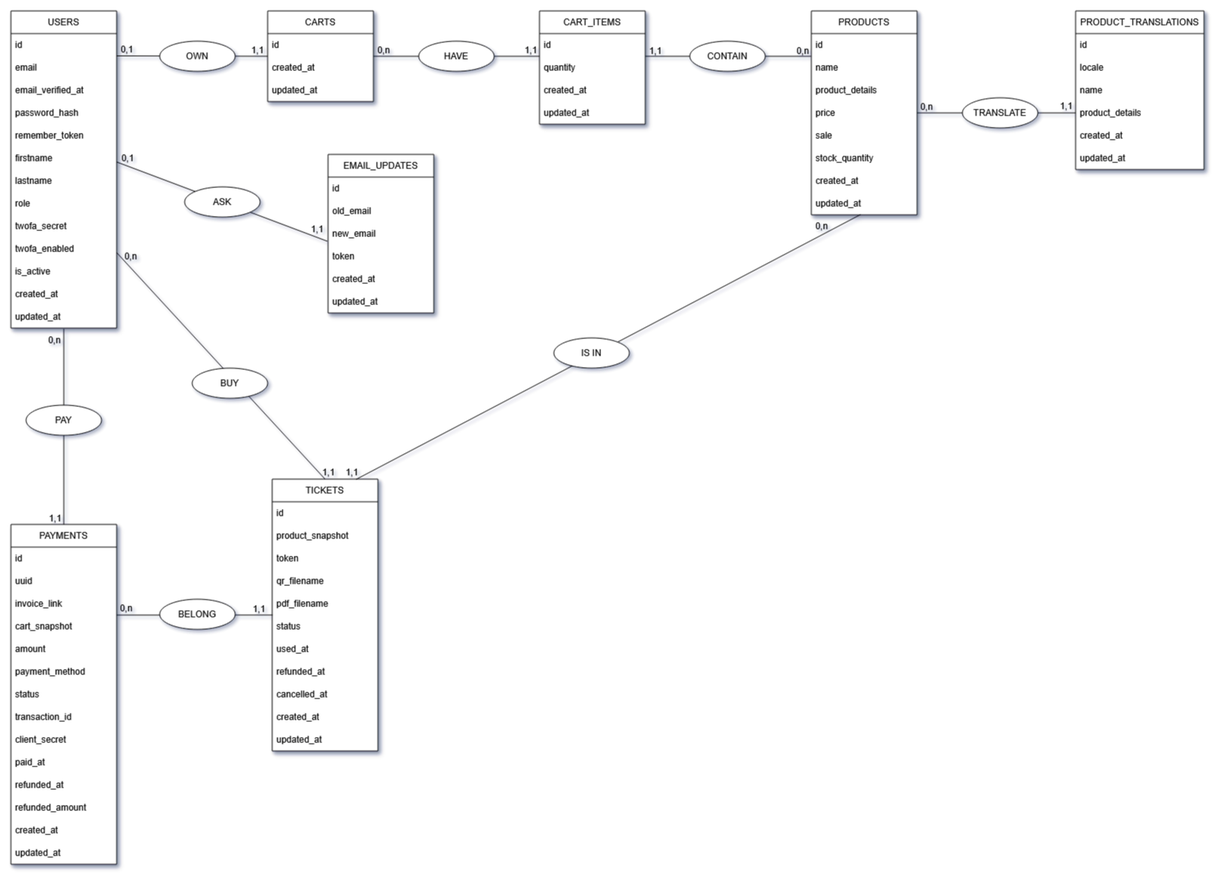
MyriamKuhn/billet-jo keeps this draw.io diagram as public/images/jo-mcd.png. Above is the earlier version. Source tidied: cells renumbered, new cells last; positions are measured from the earlier drawing's top-left corner, leaving out a move shared by most shapes.
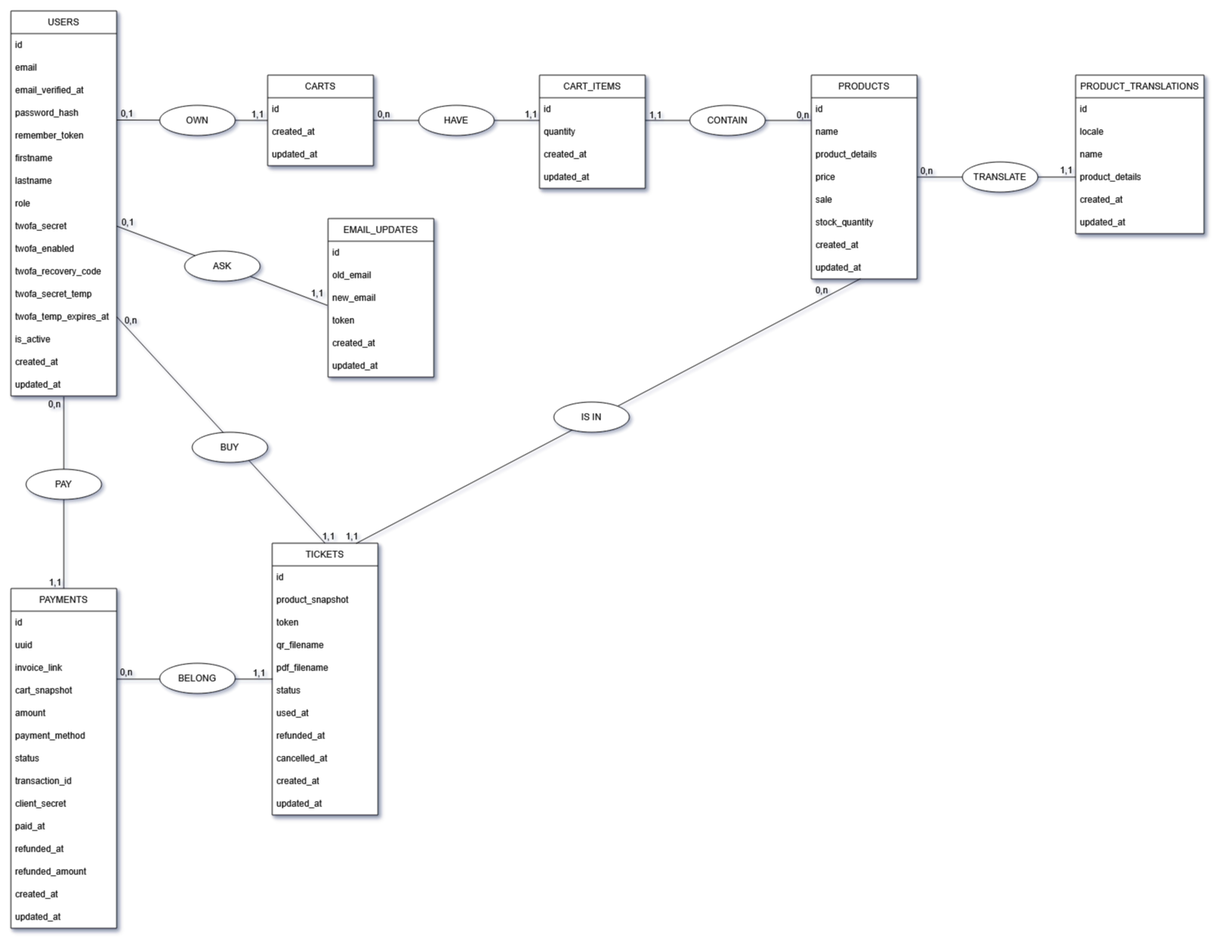
Above is the later version.

What changed in the source:
```diff
@@ -3,7 +3,7 @@
     <mxCell id="0" />
     <mxCell id="1" parent="0" />
     <mxCell id="2" value="USERS" style="swimlane;fontStyle=0;horizontal=1;startSize=30;whiteSpace=wrap;html=1;rounded=0;shadow=1;glass=0;swimlaneLine=1;gradientColor=none;swimlaneFillColor=default;" parent="1" vertex="1">
-      <mxGeometry width="140" height="420" as="geometry" />
+      <mxGeometry y="-85" width="140" height="510" as="geometry" />
     </mxCell>
     <mxCell id="3" value="id" style="text;strokeColor=none;fillColor=none;align=left;verticalAlign=middle;spacingLeft=4;spacingRight=4;overflow=hidden;whiteSpace=wrap;html=1;" parent="2" vertex="1">
       <mxGeometry y="30" width="140" height="30" as="geometry" />
@@ -35,14 +35,23 @@
     <mxCell id="12" value="&lt;div&gt;twofa_enabled&lt;/div&gt;" style="text;strokeColor=none;fillColor=none;align=left;verticalAlign=middle;spacingLeft=4;spacingRight=4;overflow=hidden;whiteSpace=wrap;html=1;" parent="2" vertex="1">
       <mxGeometry y="300" width="140" height="30" as="geometry" />
     </mxCell>
+    <mxCell id="111" value="&lt;div&gt;twofa_recovery_code&lt;/div&gt;" style="text;strokeColor=none;fillColor=none;align=left;verticalAlign=middle;spacingLeft=4;spacingRight=4;overflow=hidden;whiteSpace=wrap;html=1;" parent="2" vertex="1">
+      <mxGeometry y="330" width="140" height="30" as="geometry" />
+    </mxCell>
+    <mxCell id="112" value="&lt;div&gt;twofa_secret_temp&lt;/div&gt;" style="text;strokeColor=none;fillColor=none;align=left;verticalAlign=middle;spacingLeft=4;spacingRight=4;overflow=hidden;whiteSpace=wrap;html=1;" parent="2" vertex="1">
+      <mxGeometry y="360" width="140" height="30" as="geometry" />
+    </mxCell>
+    <mxCell id="113" value="twofa_temp_expires_at" style="text;strokeColor=none;fillColor=none;align=left;verticalAlign=middle;spacingLeft=4;spacingRight=4;overflow=hidden;whiteSpace=wrap;html=1;" parent="2" vertex="1">
+      <mxGeometry y="390" width="140" height="30" as="geometry" />
+    </mxCell>
     <mxCell id="13" value="is_active" style="text;strokeColor=none;fillColor=none;align=left;verticalAlign=middle;spacingLeft=4;spacingRight=4;overflow=hidden;whiteSpace=wrap;html=1;" parent="2" vertex="1">
-      <mxGeometry y="330" width="140" height="30" as="geometry" />
+      <mxGeometry y="420" width="140" height="30" as="geometry" />
     </mxCell>
     <mxCell id="14" value="created_at" style="text;strokeColor=none;fillColor=none;align=left;verticalAlign=middle;spacingLeft=4;spacingRight=4;overflow=hidden;whiteSpace=wrap;html=1;" parent="2" vertex="1">
-      <mxGeometry y="360" width="140" height="30" as="geometry" />
+      <mxGeometry y="450" width="140" height="30" as="geometry" />
     </mxCell>
     <mxCell id="15" value="updated_at" style="text;strokeColor=none;fillColor=none;align=left;verticalAlign=middle;spacingLeft=4;spacingRight=4;overflow=hidden;points=[[0,0.5],[1,0.5]];portConstraint=eastwest;whiteSpace=wrap;html=1;" parent="2" vertex="1">
-      <mxGeometry y="390" width="140" height="30" as="geometry" />
+      <mxGeometry y="480" width="140" height="30" as="geometry" />
     </mxCell>
     <mxCell id="16" value="CARTS" style="swimlane;fontStyle=0;horizontal=1;startSize=30;whiteSpace=wrap;html=1;rounded=0;shadow=1;glass=0;swimlaneLine=1;gradientColor=none;swimlaneFillColor=default;" parent="1" vertex="1">
       <mxGeometry x="340" width="140" height="120" as="geometry" />
```
